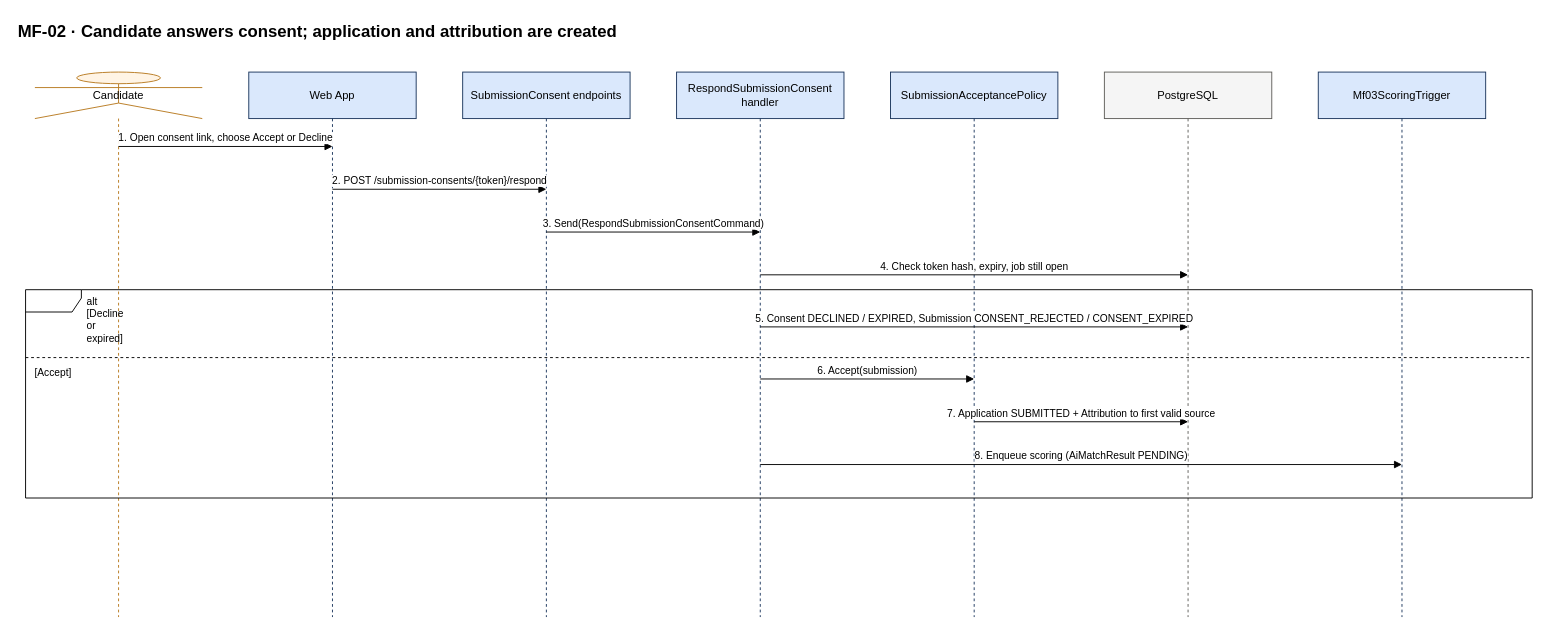
The draw.io diagram docs/diagrams/sequences/source/seq-mf02-consent-response.drawio in hoangqui794/hr-connect, before the edit. Source tidied: cells renumbered, new cells numbered last; positions are measured from the earlier drawing's top-left corner, leaving out a move shared by most shapes. Both pictures are drawn from the tidied source at 93%, with x=0, y=0 at pixel (16, 16).
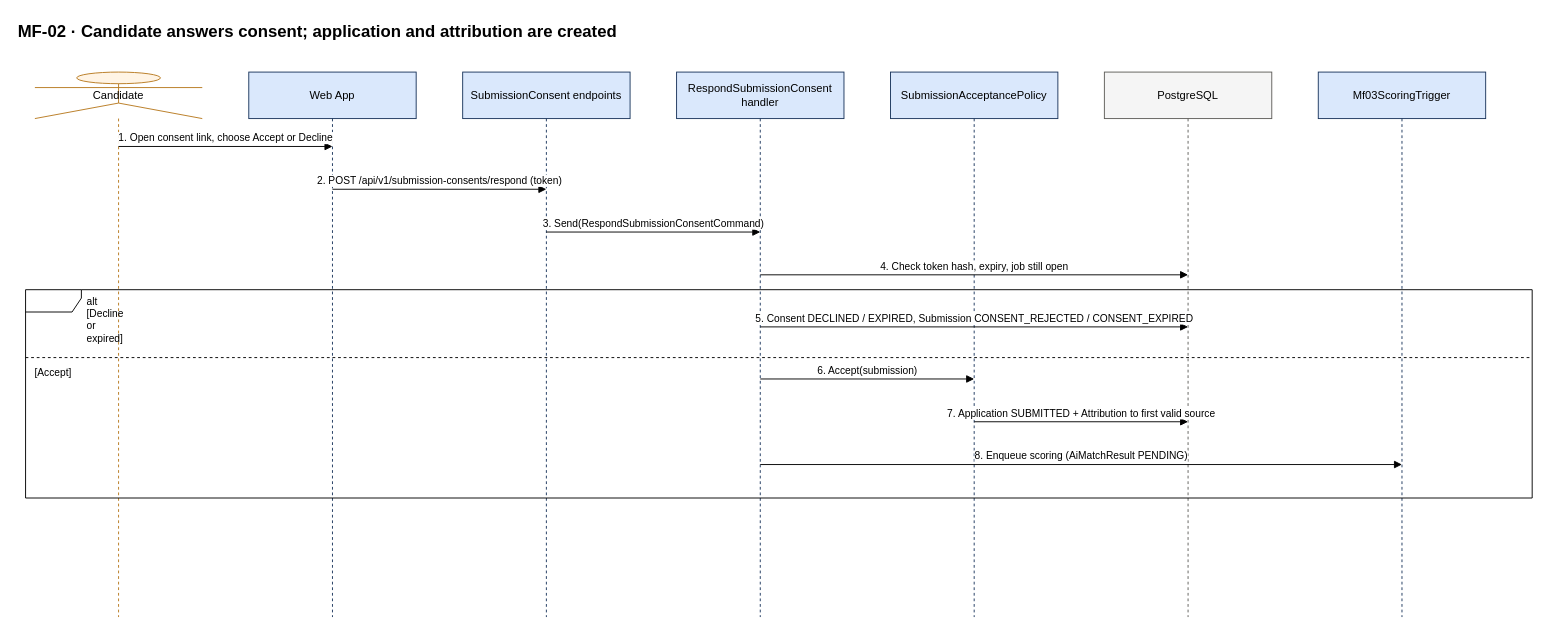
After the change.

Diff of the diagram source:
```diff
@@
-    <mxCell id="11" value="2. POST /submission-consents/{token}/respond" style="html=1;verticalAlign=bottom;endArrow=block;endFill=1;fontSize=11;labelBackgroundColor=#FFFFFF;" parent="1" edge="1">
+    <mxCell id="11" value="2. POST /api/v1/submission-consents/respond (token)" style="html=1;verticalAlign=bottom;endArrow=block;endFill=1;fontSize=11;labelBackgroundColor=#FFFFFF;" parent="1" edge="1">
       <mxGeometry relative="1" as="geometry">
         <mxPoint x="340" y="186" as="sourcePoint" />
         <mxPoint x="570" y="186" as="targetPoint" />
       </mxGeometry>
     </mxCell>
```
